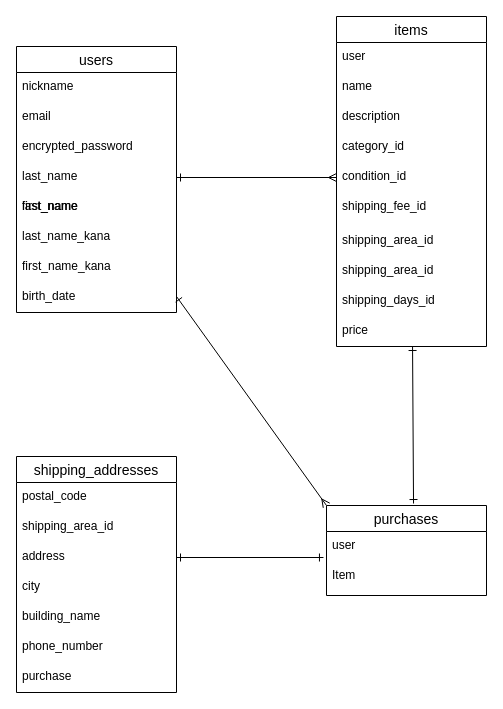
Earlier version of the draw.io diagram ER.dio (canon0826/furima-39903). Source tidied: cells renumbered, new cells numbered last; positions are measured from the earlier drawing's top-left corner, leaving out a move shared by most shapes. Both pictures are drawn from the tidied source at 100%, with x=0, y=0 at pixel (16, 16).
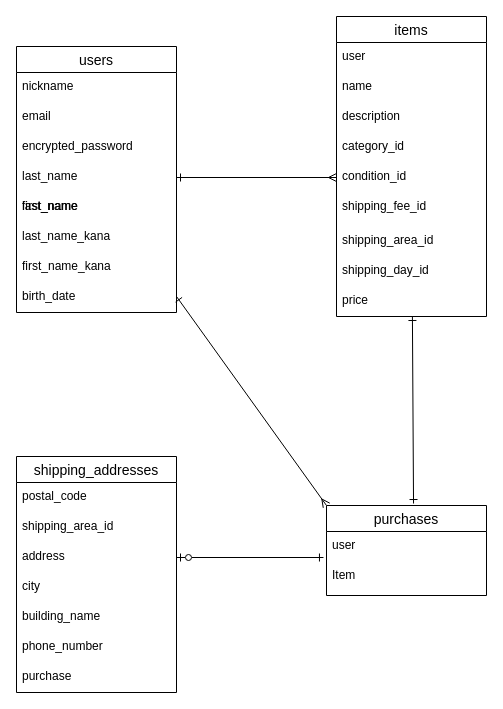
Above is the later version.

The change refers to these unchanged cells:
```xml
<mxCell id="26" value="address" style="text;strokeColor=none;fillColor=none;spacingLeft=4;spacingRight=4;overflow=hidden;points=[[0,0.5],[1,0.5]];portConstraint=eastwest;fontSize=12;" parent="23" vertex="1">
  <mxGeometry y="86" width="160" height="30" as="geometry" />
</mxCell>
<mxCell id="33" value="user" style="text;strokeColor=none;fillColor=none;spacingLeft=4;spacingRight=4;overflow=hidden;points=[[0,0.5],[1,0.5]];portConstraint=eastwest;fontSize=12;" parent="32" vertex="1">
  <mxGeometry y="26" width="160" height="30" as="geometry" />
</mxCell>
```

What changed in the source:
```diff
@@
     <mxCell id="12" value="items" style="swimlane;fontStyle=0;horizontal=1;startSize=26;align=center;fontSize=14;" parent="1" vertex="1">
-      <mxGeometry x="320" width="150" height="330" as="geometry" />
+      <mxGeometry x="320" width="150" height="300" as="geometry" />
     </mxCell>
@@
-    <mxCell id="20" value="shipping_area_id" style="text;strokeColor=none;fillColor=none;spacingLeft=4;spacingRight=4;overflow=hidden;fontSize=12;" parent="12" vertex="1">
-      <mxGeometry y="240" width="150" height="30" as="geometry" />
-    </mxCell>
-    <mxCell id="21" value="shipping_days_id" style="text;strokeColor=none;fillColor=none;spacingLeft=4;spacingRight=4;overflow=hidden;fontSize=12;" parent="12" vertex="1">
-      <mxGeometry y="270" width="150" height="30" as="geometry" />
+    <mxCell id="21" value="shipping_day_id" style="text;strokeColor=none;fillColor=none;spacingLeft=4;spacingRight=4;overflow=hidden;fontSize=12;" parent="12" vertex="1">
+      <mxGeometry y="240" width="150" height="30" as="geometry" />
     </mxCell>
     <mxCell id="22" value="price" style="text;strokeColor=none;fillColor=none;spacingLeft=4;spacingRight=4;overflow=hidden;fontSize=12;" parent="12" vertex="1">
-      <mxGeometry y="300" width="150" height="30" as="geometry" />
+      <mxGeometry y="270" width="150" height="30" as="geometry" />
     </mxCell>
@@
-    <mxCell id="37" style="edgeStyle=none;html=1;exitX=1;exitY=0.5;exitDx=0;exitDy=0;entryX=-0.019;entryY=0.867;entryDx=0;entryDy=0;entryPerimeter=0;startArrow=ERone;startFill=0;endArrow=ERone;endFill=0;" parent="1" edge="1" source="26" target="33">
-      <mxGeometry relative="1" as="geometry" />
+    <mxCell id="37" style="edgeStyle=none;html=1;entryX=-0.019;entryY=0.867;entryDx=0;entryDy=0;entryPerimeter=0;startArrow=ERzeroToOne;startFill=0;endArrow=ERone;endFill=0;" parent="1" edge="1" target="33">
+      <mxGeometry relative="1" as="geometry">
+        <mxPoint x="160" y="541" as="sourcePoint" />
+      </mxGeometry>
     </mxCell>
```
